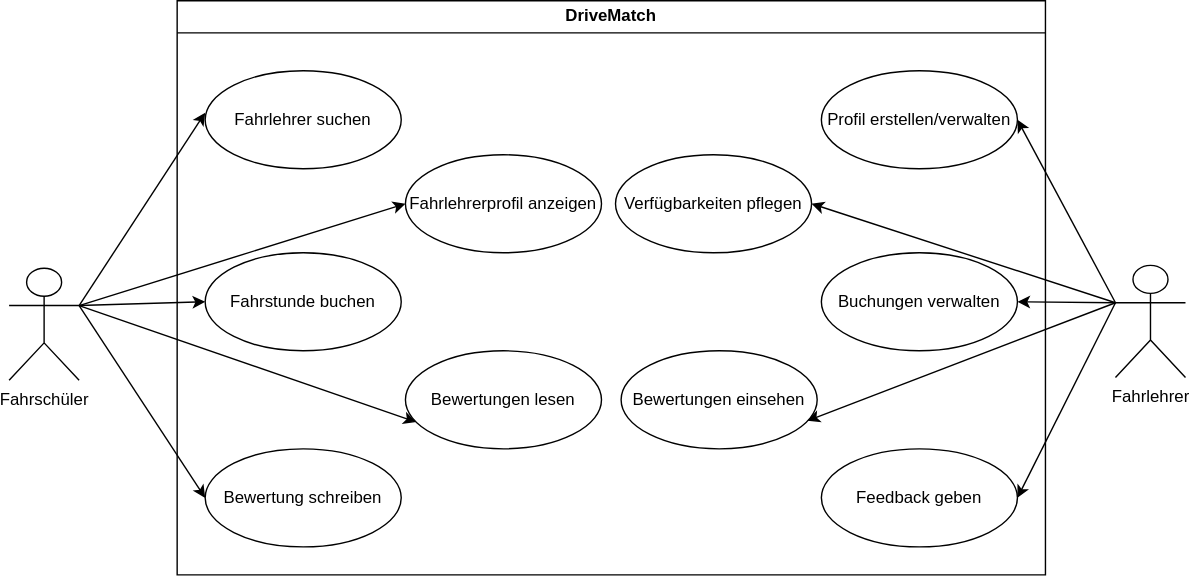
Above: doc/figures/use-case-diagram.drawio.svg in ljodzavsr/Software-Engineering-Semesterprojekt-DriveMatch (draw.io), before the change. Source tidied: cells renumbered, new cells last; positions are measured from the earlier drawing's top-left corner, leaving out a move shared by most shapes.
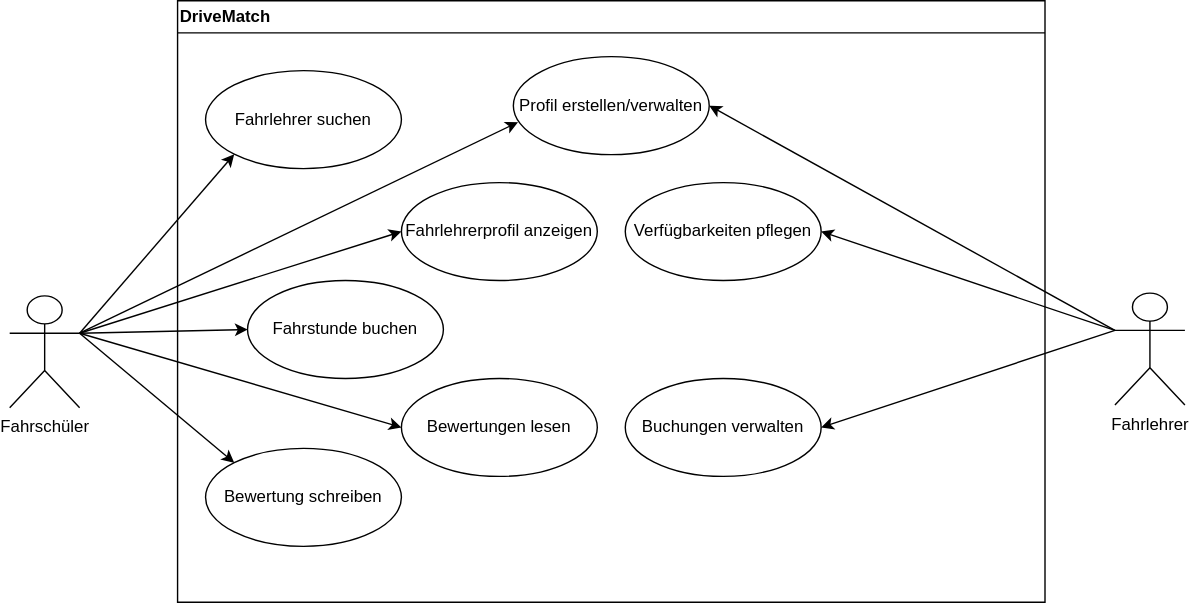
After the change.

Commit message:
Adaption Figures

Diff of the diagram source:
```diff
@@ -5,57 +5,49 @@
     <mxCell id="2" value="Fahrlehrer" style="shape=umlActor;verticalLabelPosition=bottom;verticalAlign=top;html=1;" parent="1" vertex="1">
       <mxGeometry x="790" y="189" width="50" height="80" as="geometry" />
     </mxCell>
-    <mxCell id="3" value="DriveMatch" style="swimlane;whiteSpace=wrap;html=1;" parent="1" vertex="1">
-      <mxGeometry x="120" width="620" height="410" as="geometry" />
+    <mxCell id="3" value="DriveMatch" style="swimlane;whiteSpace=wrap;html=1;align=left;" parent="1" vertex="1">
+      <mxGeometry x="120" y="-20" width="620" height="430" as="geometry" />
     </mxCell>
     <mxCell id="4" value="Fahrlehrer suchen" style="ellipse;whiteSpace=wrap;html=1;" parent="3" vertex="1">
       <mxGeometry x="20" y="50" width="140" height="70" as="geometry" />
     </mxCell>
     <mxCell id="5" value="Fahrstunde buchen" style="ellipse;whiteSpace=wrap;html=1;" parent="3" vertex="1">
-      <mxGeometry x="20" y="180" width="140" height="70" as="geometry" />
+      <mxGeometry x="50" y="200" width="140" height="70" as="geometry" />
     </mxCell>
     <mxCell id="6" value="Bewertung schreiben" style="ellipse;whiteSpace=wrap;html=1;" parent="3" vertex="1">
       <mxGeometry x="20" y="320" width="140" height="70" as="geometry" />
     </mxCell>
     <mxCell id="7" value="Fahrlehrerprofil anzeigen" style="ellipse;whiteSpace=wrap;html=1;" parent="3" vertex="1">
-      <mxGeometry x="163" y="110" width="140" height="70" as="geometry" />
+      <mxGeometry x="160" y="130" width="140" height="70" as="geometry" />
     </mxCell>
     <mxCell id="8" value="Bewertungen lesen" style="ellipse;whiteSpace=wrap;html=1;" parent="3" vertex="1">
-      <mxGeometry x="163" y="250" width="140" height="70" as="geometry" />
+      <mxGeometry x="160" y="270" width="140" height="70" as="geometry" />
     </mxCell>
     <mxCell id="9" value="Verfügbarkeiten pflegen" style="ellipse;whiteSpace=wrap;html=1;" parent="3" vertex="1">
-      <mxGeometry x="313" y="110" width="140" height="70" as="geometry" />
+      <mxGeometry x="320" y="130" width="140" height="70" as="geometry" />
     </mxCell>
-    <mxCell id="10" value="Bewertungen einsehen" style="ellipse;whiteSpace=wrap;html=1;" parent="3" vertex="1">
-      <mxGeometry x="317" y="250" width="140" height="70" as="geometry" />
-    </mxCell>
     <mxCell id="11" value="Profil erstellen/verwalten" style="ellipse;whiteSpace=wrap;html=1;" parent="3" vertex="1">
-      <mxGeometry x="460" y="50" width="140" height="70" as="geometry" />
+      <mxGeometry x="240" y="40" width="140" height="70" as="geometry" />
     </mxCell>
     <mxCell id="12" value="Buchungen verwalten" style="ellipse;whiteSpace=wrap;html=1;" parent="3" vertex="1">
-      <mxGeometry x="460" y="180" width="140" height="70" as="geometry" />
+      <mxGeometry x="320" y="270" width="140" height="70" as="geometry" />
     </mxCell>
-    <mxCell id="13" value="Feedback geben" style="ellipse;whiteSpace=wrap;html=1;" parent="3" vertex="1">
-      <mxGeometry x="460" y="320" width="140" height="70" as="geometry" />
-    </mxCell>
     <mxCell id="14" value="Fahrschüler" style="shape=umlActor;verticalLabelPosition=bottom;verticalAlign=top;html=1;" parent="1" vertex="1">
       <mxGeometry y="191" width="50" height="80" as="geometry" />
     </mxCell>
-    <mxCell id="15" style="endArrow=classic;html=1;rounded=0;exitX=1;exitY=0.3333333333333333;exitDx=0;exitDy=0;exitPerimeter=0;" parent="1" edge="1" source="14">
-      <mxGeometry relative="1" as="geometry">
-        <mxPoint x="140" y="80" as="targetPoint" />
-      </mxGeometry>
+    <mxCell id="15" style="endArrow=classic;html=1;rounded=0;exitX=1;exitY=0.3333333333333333;exitDx=0;exitDy=0;exitPerimeter=0;entryX=0;entryY=1;entryDx=0;entryDy=0;" parent="1" edge="1" source="14" target="4">
+      <mxGeometry relative="1" as="geometry" />
     </mxCell>
     <mxCell id="16" style="endArrow=classic;html=1;rounded=0;exitX=1;exitY=0.3333333333333333;exitDx=0;exitDy=0;exitPerimeter=0;entryX=0;entryY=0.5;entryDx=0;entryDy=0;" parent="1" edge="1" source="14" target="5">
       <mxGeometry relative="1" as="geometry" />
     </mxCell>
-    <mxCell id="17" style="endArrow=classic;html=1;rounded=0;entryX=0;entryY=0.5;entryDx=0;entryDy=0;exitX=1;exitY=0.3333333333333333;exitDx=0;exitDy=0;exitPerimeter=0;" parent="1" edge="1" source="14" target="6">
+    <mxCell id="17" style="endArrow=classic;html=1;rounded=0;entryX=0;entryY=0;entryDx=0;entryDy=0;exitX=1;exitY=0.3333333333333333;exitDx=0;exitDy=0;exitPerimeter=0;" parent="1" edge="1" source="14" target="6">
       <mxGeometry relative="1" as="geometry" />
     </mxCell>
     <mxCell id="18" style="endArrow=classic;html=1;rounded=0;exitX=1;exitY=0.3333333333333333;exitDx=0;exitDy=0;exitPerimeter=0;entryX=0;entryY=0.5;entryDx=0;entryDy=0;" parent="1" edge="1" source="14" target="7">
       <mxGeometry relative="1" as="geometry" />
     </mxCell>
-    <mxCell id="19" style="endArrow=classic;html=1;rounded=0;exitX=1;exitY=0.3333333333333333;exitDx=0;exitDy=0;exitPerimeter=0;entryX=0.054;entryY=0.727;entryDx=0;entryDy=0;entryPerimeter=0;" parent="1" edge="1" source="14" target="8">
+    <mxCell id="19" style="endArrow=classic;html=1;rounded=0;exitX=1;exitY=0.3333333333333333;exitDx=0;exitDy=0;exitPerimeter=0;entryX=0;entryY=0.5;entryDx=0;entryDy=0;" parent="1" edge="1" source="14" target="8">
       <mxGeometry relative="1" as="geometry" />
     </mxCell>
     <mxCell id="20" style="endArrow=classic;html=1;rounded=0;exitX=0;exitY=0.3333333333333333;exitDx=0;exitDy=0;exitPerimeter=0;entryX=1;entryY=0.5;entryDx=0;entryDy=0;" parent="1" edge="1" source="2" target="11">
@@ -67,13 +59,8 @@
     <mxCell id="22" style="endArrow=classic;html=1;rounded=0;exitX=0;exitY=0.3333333333333333;exitDx=0;exitDy=0;exitPerimeter=0;entryX=1;entryY=0.5;entryDx=0;entryDy=0;" parent="1" edge="1" source="2" target="12">
       <mxGeometry relative="1" as="geometry" />
     </mxCell>
-    <mxCell id="23" style="endArrow=classic;html=1;rounded=0;exitX=0;exitY=0.3333333333333333;exitDx=0;exitDy=0;exitPerimeter=0;" parent="1" edge="1" source="2">
-      <mxGeometry relative="1" as="geometry">
-        <mxPoint x="570" y="300" as="targetPoint" />
-      </mxGeometry>
-    </mxCell>
-    <mxCell id="24" style="endArrow=classic;html=1;rounded=0;exitX=0;exitY=0.3333333333333333;exitDx=0;exitDy=0;exitPerimeter=0;entryX=1;entryY=0.5;entryDx=0;entryDy=0;" parent="1" edge="1" source="2" target="13">
-      <mxGeometry relative="1" as="geometry" />
-    </mxCell>
+    <mxCell id="25" style="endArrow=classic;html=1;rounded=0;exitX=1;exitY=0.3333333333333333;exitDx=0;exitDy=0;exitPerimeter=0;entryX=0.024;entryY=0.669;entryDx=0;entryDy=0;entryPerimeter=0;" parent="1" edge="1" source="14" target="11">
+      <mxGeometry relative="1" as="geometry" />
+    </mxCell>
   </root>
 </mxGraphModel>
```
